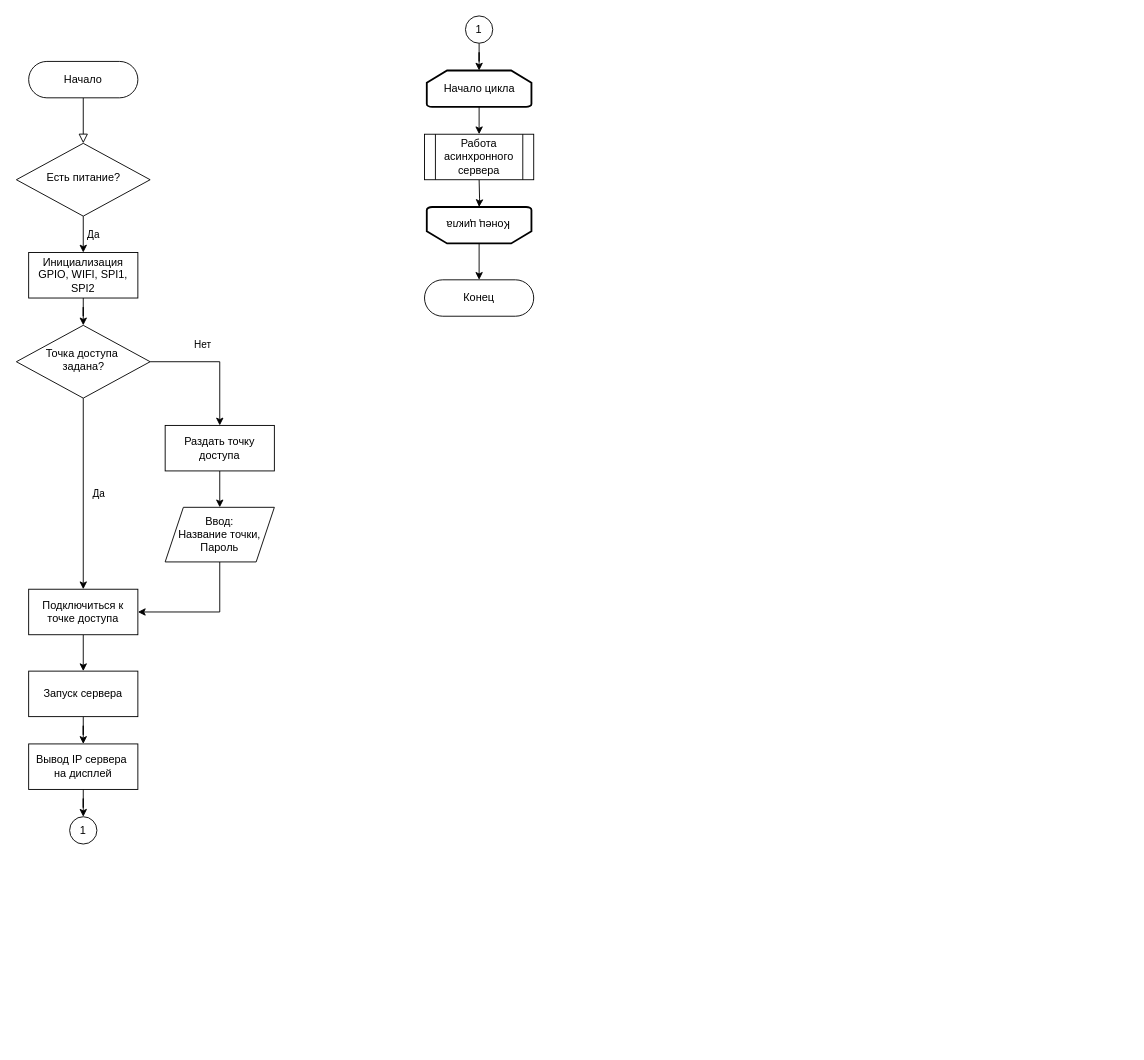
Mrw0lf14/diplom_mag keeps this draw.io diagram as algoritm_diplom.drawio. Above is the earlier version. Source tidied: cells renumbered, new cells numbered last; positions are measured from the earlier drawing's top-left corner, leaving out a move shared by most shapes. Both pictures are drawn from the tidied source at 91%, with x=0, y=0 at pixel (15, 15).
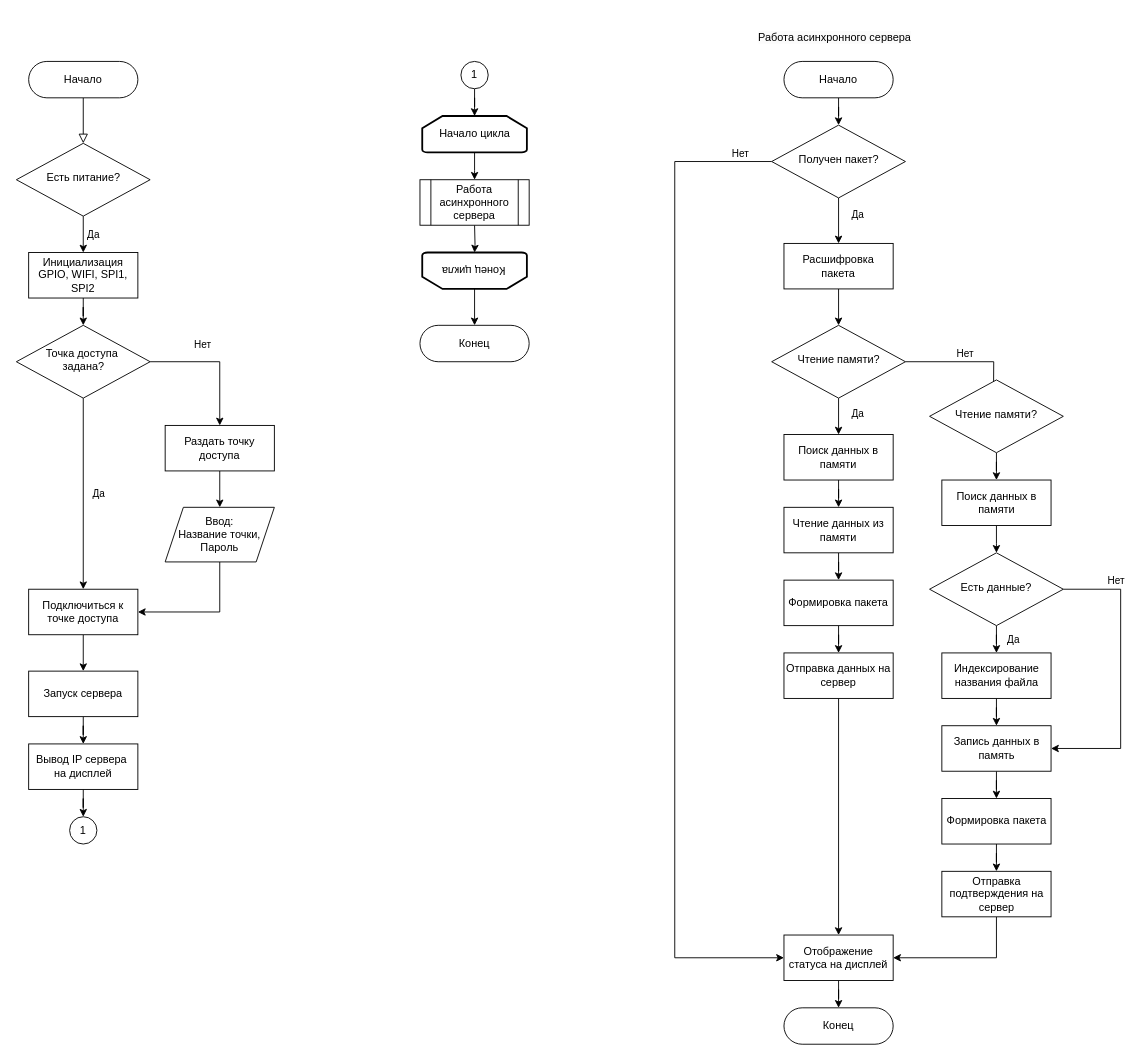
The same page after the edit.

Diff of the diagram source:
```diff
@@
     <mxCell id="26" value="1" style="ellipse;whiteSpace=wrap;html=1;" parent="1" vertex="1">
-      <mxGeometry x="494" width="30" height="30" as="geometry" />
+      <mxGeometry x="489" y="50" width="30" height="30" as="geometry" />
     </mxCell>
     <mxCell id="27" style="edgeStyle=orthogonalEdgeStyle;rounded=0;jettySize=auto;html=1;" parent="1" edge="1" source="28">
       <mxGeometry relative="1" as="geometry">
-        <mxPoint x="509" y="130" as="targetPoint" />
+        <mxPoint x="504" y="180" as="targetPoint" />
       </mxGeometry>
     </mxCell>
     <mxCell id="28" value="Начало цикла" style="strokeWidth=2;html=1;shape=mxgraph.flowchart.loop_limit;whiteSpace=wrap;" parent="1" vertex="1">
-      <mxGeometry x="451.5" y="60" width="115" height="40" as="geometry" />
+      <mxGeometry x="446.5" y="110" width="115" height="40" as="geometry" />
     </mxCell>
     <mxCell id="29" style="edgeStyle=orthogonalEdgeStyle;rounded=0;jettySize=auto;html=1;" parent="1" edge="1" target="31">
       <mxGeometry relative="1" as="geometry">
-        <mxPoint x="509" y="180" as="sourcePoint" />
+        <mxPoint x="504" y="230" as="sourcePoint" />
       </mxGeometry>
     </mxCell>
@@
     <mxCell id="31" value="Конец цикла" style="strokeWidth=2;html=1;shape=mxgraph.flowchart.loop_limit;whiteSpace=wrap;rotation=-180;" parent="1" vertex="1">
-      <mxGeometry x="451.5" y="210" width="115" height="40" as="geometry" />
+      <mxGeometry x="446.5" y="260" width="115" height="40" as="geometry" />
     </mxCell>
     <mxCell id="32" value="Работа асинхронного сервера" style="shape=process;whiteSpace=wrap;html=1;backgroundOutline=1;" parent="1" vertex="1">
-      <mxGeometry x="449" y="130" width="120" height="50" as="geometry" />
+      <mxGeometry x="444" y="180" width="120" height="50" as="geometry" />
     </mxCell>
     <mxCell id="33" value="Конец" style="rounded=1;whiteSpace=wrap;html=1;fontSize=12;glass=0;strokeWidth=1;shadow=0;arcSize=50;" parent="1" vertex="1">
-      <mxGeometry x="449" y="290" width="120" height="40" as="geometry" />
+      <mxGeometry x="444" y="340" width="120" height="40" as="geometry" />
     </mxCell>
+    <mxCell id="34" style="edgeStyle=orthogonalEdgeStyle;rounded=0;jettySize=auto;html=1;" parent="1" edge="1" source="35" target="41">
+      <mxGeometry relative="1" as="geometry" />
+    </mxCell>
+    <mxCell id="35" value="Начало" style="rounded=1;whiteSpace=wrap;html=1;fontSize=12;glass=0;strokeWidth=1;shadow=0;arcSize=50;" parent="1" vertex="1">
+      <mxGeometry x="844" y="50" width="120" height="40" as="geometry" />
+    </mxCell>
+    <mxCell id="36" value="&lt;span style=&quot;color: rgb(0, 0, 0); font-family: Helvetica; font-size: 12px; font-style: normal; font-variant-ligatures: normal; font-variant-caps: normal; font-weight: 400; letter-spacing: normal; orphans: 2; text-align: center; text-indent: 0px; text-transform: none; widows: 2; word-spacing: 0px; -webkit-text-stroke-width: 0px; white-space: normal; background-color: rgb(251, 251, 251); text-decoration-thickness: initial; text-decoration-style: initial; text-decoration-color: initial; display: inline !important; float: none;&quot;&gt;Работа асинхронного сервера&lt;/span&gt;" style="text;whiteSpace=wrap;html=1;" parent="1" vertex="1">
+      <mxGeometry x="814" y="10" width="170" height="40" as="geometry" />
+    </mxCell>
+    <mxCell id="37" style="edgeStyle=orthogonalEdgeStyle;rounded=0;jettySize=auto;html=1;" parent="1" edge="1" source="41" target="43">
+      <mxGeometry relative="1" as="geometry" />
+    </mxCell>
+    <mxCell id="38" value="Да" style="edgeLabel;html=1;align=center;verticalAlign=middle;" parent="37" vertex="1">
+      <mxGeometry x="-0.13" y="2" relative="1" as="geometry">
+        <mxPoint x="18" y="-4" as="offset" />
+      </mxGeometry>
+    </mxCell>
+    <mxCell id="39" style="edgeStyle=orthogonalEdgeStyle;rounded=0;jettySize=auto;html=1;entryX=0;entryY=0.5;entryDx=0;entryDy=0;" parent="1" edge="1" source="41" target="75">
+      <mxGeometry relative="1" as="geometry">
+        <Array as="points">
+          <mxPoint x="724" y="160" />
+          <mxPoint x="724" y="1035" />
+        </Array>
+      </mxGeometry>
+    </mxCell>
+    <mxCell id="40" value="Нет" style="edgeLabel;html=1;align=center;verticalAlign=middle;" parent="39" vertex="1">
+      <mxGeometry x="-0.94" y="2" relative="1" as="geometry">
+        <mxPoint x="-2" y="-12" as="offset" />
+      </mxGeometry>
+    </mxCell>
+    <mxCell id="41" value="Получен пакет?" style="rhombus;whiteSpace=wrap;html=1;shadow=0;fontFamily=Helvetica;fontSize=12;align=center;strokeWidth=1;spacing=6;spacingTop=-4;" parent="1" vertex="1">
+      <mxGeometry x="830.5" y="120" width="147" height="80" as="geometry" />
+    </mxCell>
+    <mxCell id="42" style="edgeStyle=orthogonalEdgeStyle;rounded=0;jettySize=auto;html=1;" parent="1" edge="1" source="43" target="48">
+      <mxGeometry relative="1" as="geometry" />
+    </mxCell>
+    <mxCell id="43" value="Расшифровка пакета" style="rounded=0;whiteSpace=wrap;html=1;" parent="1" vertex="1">
+      <mxGeometry x="844" y="250" width="120" height="50" as="geometry" />
+    </mxCell>
+    <mxCell id="44" style="edgeStyle=orthogonalEdgeStyle;rounded=0;jettySize=auto;html=1;" parent="1" edge="1" source="48" target="50">
+      <mxGeometry relative="1" as="geometry" />
+    </mxCell>
+    <mxCell id="45" value="Да" style="edgeLabel;html=1;align=center;verticalAlign=middle;" parent="44" vertex="1">
+      <mxGeometry x="-0.19" relative="1" as="geometry">
+        <mxPoint x="20" as="offset" />
+      </mxGeometry>
+    </mxCell>
+    <mxCell id="46" style="edgeStyle=orthogonalEdgeStyle;rounded=0;jettySize=auto;html=1;entryX=0.5;entryY=0;entryDx=0;entryDy=0;" parent="1" edge="1" source="48">
+      <mxGeometry relative="1" as="geometry">
+        <mxPoint x="1074" y="460" as="targetPoint" />
+      </mxGeometry>
+    </mxCell>
+    <mxCell id="47" value="Нет" style="edgeLabel;html=1;align=center;verticalAlign=middle;" parent="46" vertex="1">
+      <mxGeometry x="-0.26" y="1" relative="1" as="geometry">
+        <mxPoint y="-9" as="offset" />
+      </mxGeometry>
+    </mxCell>
+    <mxCell id="48" value="Чтение памяти?" style="rhombus;whiteSpace=wrap;html=1;shadow=0;fontFamily=Helvetica;fontSize=12;align=center;strokeWidth=1;spacing=6;spacingTop=-4;" parent="1" vertex="1">
+      <mxGeometry x="830.5" y="340" width="147" height="80" as="geometry" />
+    </mxCell>
+    <mxCell id="49" style="edgeStyle=orthogonalEdgeStyle;rounded=0;jettySize=auto;html=1;" parent="1" edge="1" source="50" target="54">
+      <mxGeometry relative="1" as="geometry" />
+    </mxCell>
+    <mxCell id="50" value="Поиск данных в памяти" style="rounded=0;whiteSpace=wrap;html=1;" parent="1" vertex="1">
+      <mxGeometry x="844" y="460" width="120" height="50" as="geometry" />
+    </mxCell>
+    <mxCell id="51" style="edgeStyle=orthogonalEdgeStyle;rounded=0;jettySize=auto;html=1;entryX=0.5;entryY=0;entryDx=0;entryDy=0;" parent="1" edge="1" source="52" target="60">
+      <mxGeometry relative="1" as="geometry" />
+    </mxCell>
+    <mxCell id="52" value="Чтение памяти?" style="rhombus;whiteSpace=wrap;html=1;shadow=0;fontFamily=Helvetica;fontSize=12;align=center;strokeWidth=1;spacing=6;spacingTop=-4;" parent="1" vertex="1">
+      <mxGeometry x="1004" y="400" width="147" height="80" as="geometry" />
+    </mxCell>
+    <mxCell id="53" style="edgeStyle=orthogonalEdgeStyle;rounded=0;jettySize=auto;html=1;" parent="1" edge="1" source="54" target="56">
+      <mxGeometry relative="1" as="geometry" />
+    </mxCell>
+    <mxCell id="54" value="Чтение данных из памяти" style="rounded=0;whiteSpace=wrap;html=1;" parent="1" vertex="1">
+      <mxGeometry x="844" y="540" width="120" height="50" as="geometry" />
+    </mxCell>
+    <mxCell id="55" style="edgeStyle=orthogonalEdgeStyle;rounded=0;jettySize=auto;html=1;" parent="1" edge="1" source="56" target="58">
+      <mxGeometry relative="1" as="geometry" />
+    </mxCell>
+    <mxCell id="56" value="Формировка пакета" style="rounded=0;whiteSpace=wrap;html=1;" parent="1" vertex="1">
+      <mxGeometry x="844" y="620" width="120" height="50" as="geometry" />
+    </mxCell>
+    <mxCell id="57" style="edgeStyle=orthogonalEdgeStyle;rounded=0;jettySize=auto;html=1;entryX=0.5;entryY=0;entryDx=0;entryDy=0;" parent="1" edge="1" source="58" target="75">
+      <mxGeometry relative="1" as="geometry" />
+    </mxCell>
+    <mxCell id="58" value="Отправка данных на сервер" style="rounded=0;whiteSpace=wrap;html=1;" parent="1" vertex="1">
+      <mxGeometry x="844" y="700" width="120" height="50" as="geometry" />
+    </mxCell>
+    <mxCell id="59" style="edgeStyle=orthogonalEdgeStyle;rounded=0;jettySize=auto;html=1;" parent="1" edge="1" source="60">
+      <mxGeometry relative="1" as="geometry">
+        <mxPoint x="1077.5" y="590" as="targetPoint" />
+      </mxGeometry>
+    </mxCell>
+    <mxCell id="60" value="Поиск данных в памяти" style="rounded=0;whiteSpace=wrap;html=1;" parent="1" vertex="1">
+      <mxGeometry x="1017.5" y="510" width="120" height="50" as="geometry" />
+    </mxCell>
+    <mxCell id="61" style="edgeStyle=orthogonalEdgeStyle;rounded=0;jettySize=auto;html=1;" parent="1" edge="1" source="62" target="64">
+      <mxGeometry relative="1" as="geometry" />
+    </mxCell>
+    <mxCell id="62" value="Запись данных в память" style="rounded=0;whiteSpace=wrap;html=1;" parent="1" vertex="1">
+      <mxGeometry x="1017.5" y="780" width="120" height="50" as="geometry" />
+    </mxCell>
+    <mxCell id="63" style="edgeStyle=orthogonalEdgeStyle;rounded=0;jettySize=auto;html=1;" parent="1" edge="1" source="64" target="66">
+      <mxGeometry relative="1" as="geometry" />
+    </mxCell>
+    <mxCell id="64" value="Формировка пакета" style="rounded=0;whiteSpace=wrap;html=1;" parent="1" vertex="1">
+      <mxGeometry x="1017.5" y="860" width="120" height="50" as="geometry" />
+    </mxCell>
+    <mxCell id="65" style="edgeStyle=orthogonalEdgeStyle;rounded=0;jettySize=auto;html=1;entryX=1;entryY=0.5;entryDx=0;entryDy=0;" parent="1" edge="1" source="66" target="75">
+      <mxGeometry relative="1" as="geometry">
+        <Array as="points">
+          <mxPoint x="1078" y="1035" />
+        </Array>
+      </mxGeometry>
+    </mxCell>
+    <mxCell id="66" value="Отправка подтверждения на сервер" style="rounded=0;whiteSpace=wrap;html=1;" parent="1" vertex="1">
+      <mxGeometry x="1017.5" y="940" width="120" height="50" as="geometry" />
+    </mxCell>
+    <mxCell id="67" style="edgeStyle=orthogonalEdgeStyle;rounded=0;jettySize=auto;html=1;entryX=1;entryY=0.5;entryDx=0;entryDy=0;" parent="1" edge="1" source="71" target="62">
+      <mxGeometry relative="1" as="geometry">
+        <Array as="points">
+          <mxPoint x="1214" y="630" />
+          <mxPoint x="1214" y="805" />
+        </Array>
+      </mxGeometry>
+    </mxCell>
+    <mxCell id="68" value="Нет" style="edgeLabel;html=1;align=center;verticalAlign=middle;" parent="67" vertex="1">
+      <mxGeometry x="-0.7" y="-1" relative="1" as="geometry">
+        <mxPoint x="10" y="-11" as="offset" />
+      </mxGeometry>
+    </mxCell>
+    <mxCell id="69" style="edgeStyle=orthogonalEdgeStyle;rounded=0;jettySize=auto;html=1;" parent="1" edge="1" source="71" target="73">
+      <mxGeometry relative="1" as="geometry" />
+    </mxCell>
+    <mxCell id="70" value="Да" style="edgeLabel;html=1;align=center;verticalAlign=middle;" parent="69" vertex="1">
+      <mxGeometry x="0.26" y="-3" relative="1" as="geometry">
+        <mxPoint x="21" y="3" as="offset" />
+      </mxGeometry>
+    </mxCell>
+    <mxCell id="71" value="Есть данные?" style="rhombus;whiteSpace=wrap;html=1;shadow=0;fontFamily=Helvetica;fontSize=12;align=center;strokeWidth=1;spacing=6;spacingTop=-4;" parent="1" vertex="1">
+      <mxGeometry x="1004" y="590" width="147" height="80" as="geometry" />
+    </mxCell>
+    <mxCell id="72" style="edgeStyle=orthogonalEdgeStyle;rounded=0;jettySize=auto;html=1;entryX=0.5;entryY=0;entryDx=0;entryDy=0;" parent="1" edge="1" source="73" target="62">
+      <mxGeometry relative="1" as="geometry" />
+    </mxCell>
+    <mxCell id="73" value="Индексирование названия файла" style="rounded=0;whiteSpace=wrap;html=1;" parent="1" vertex="1">
+      <mxGeometry x="1017.5" y="700" width="120" height="50" as="geometry" />
+    </mxCell>
+    <mxCell id="74" style="edgeStyle=orthogonalEdgeStyle;rounded=0;jettySize=auto;html=1;" parent="1" edge="1" source="75" target="76">
+      <mxGeometry relative="1" as="geometry" />
+    </mxCell>
+    <mxCell id="75" value="Отображение статуса на дисплей" style="rounded=0;whiteSpace=wrap;html=1;" parent="1" vertex="1">
+      <mxGeometry x="844" y="1010" width="120" height="50" as="geometry" />
+    </mxCell>
+    <mxCell id="76" value="Конец" style="rounded=1;whiteSpace=wrap;html=1;fontSize=12;glass=0;strokeWidth=1;shadow=0;arcSize=50;" parent="1" vertex="1">
+      <mxGeometry x="844" y="1090" width="120" height="40" as="geometry" />
+    </mxCell>
```
